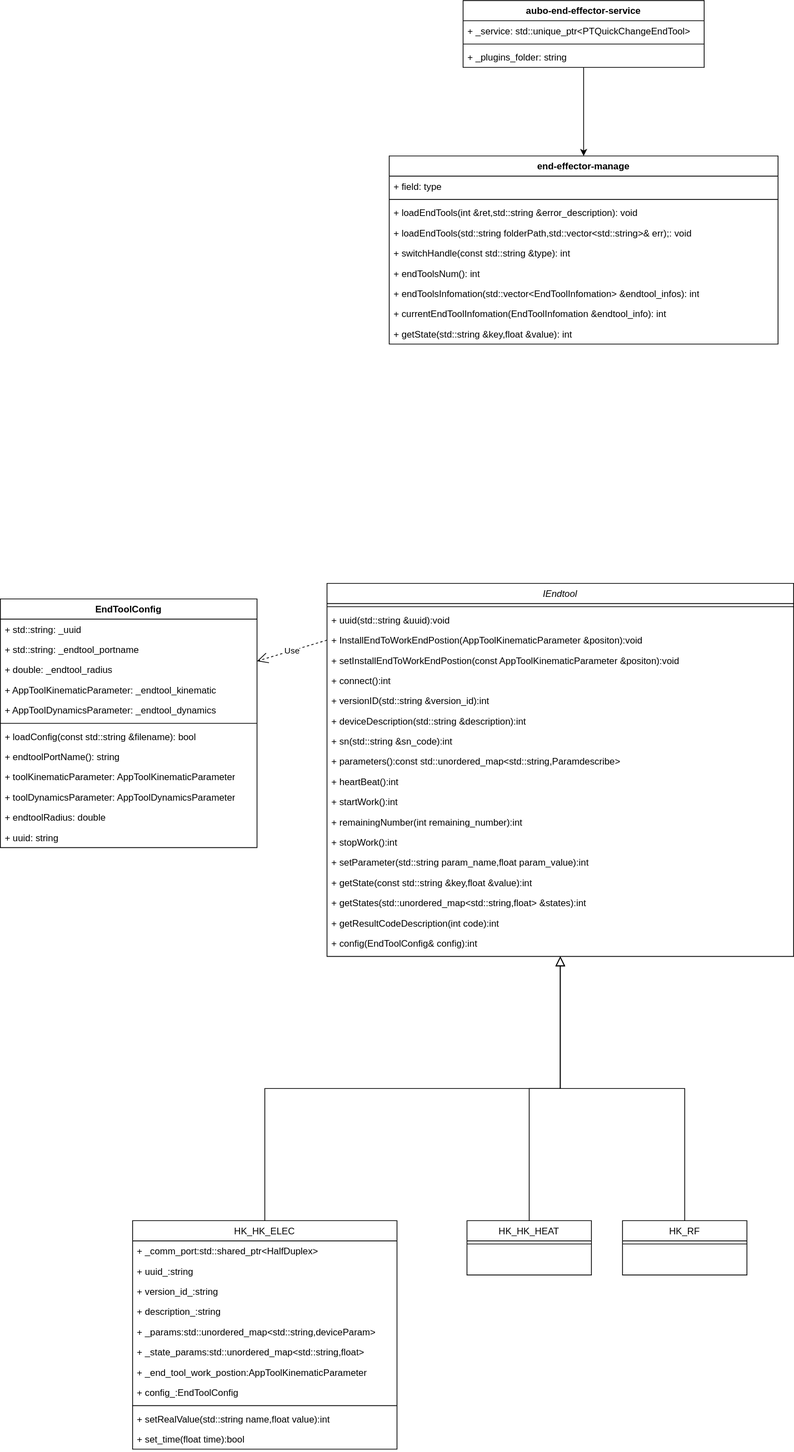
Durpe/Drawio keeps this draw.io diagram as 理疗/理疗末端rpc服务.svg. Above is the earlier version. Source tidied: cells renumbered, new cells last; positions are measured from the earlier drawing's top-left corner, leaving out a move shared by most shapes.
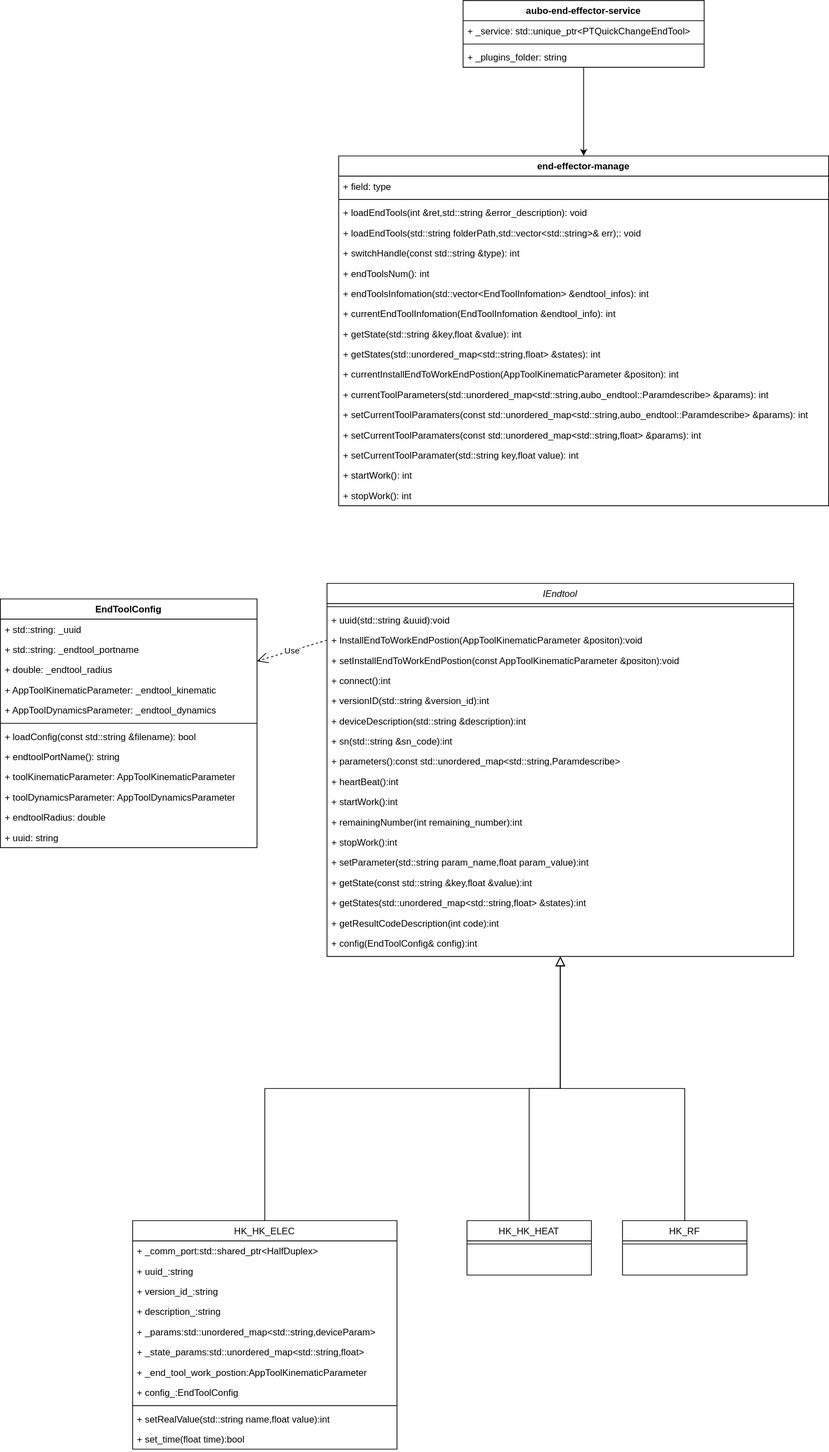
The same diagram one commit later.

Commit message:
更新理疗末端rpc服务.svg

What changed in the source:
```diff
@@ -163,35 +163,59 @@
       <mxGeometry y="294" width="330" height="26" as="geometry" />
     </mxCell>
     <mxCell id="54" value="end-effector-manage" style="swimlane;fontStyle=1;align=center;verticalAlign=top;horizontal=1;startSize=26;whiteSpace=wrap;html=1;" parent="1" vertex="1">
-      <mxGeometry x="500" y="200" width="500" height="242" as="geometry" />
+      <mxGeometry x="435" y="200" width="630" height="450" as="geometry" />
     </mxCell>
     <mxCell id="55" value="+ field: type" style="text;strokeColor=none;fillColor=none;align=left;verticalAlign=top;spacingLeft=4;spacingRight=4;overflow=hidden;whiteSpace=wrap;html=1;" parent="54" vertex="1">
-      <mxGeometry y="26" width="500" height="26" as="geometry" />
+      <mxGeometry y="26" width="630" height="26" as="geometry" />
     </mxCell>
     <mxCell id="56" style="line;strokeWidth=1;fillColor=none;align=left;verticalAlign=middle;spacingTop=-1;spacingLeft=3;spacingRight=3;labelPosition=right;strokeColor=inherit;" parent="54" vertex="1">
-      <mxGeometry y="52" width="500" height="8" as="geometry" />
+      <mxGeometry y="52" width="630" height="8" as="geometry" />
     </mxCell>
     <mxCell id="57" value="+ loadEndTools(int &amp;amp;ret,std::string &amp;amp;error_description): void" style="text;strokeColor=none;fillColor=none;align=left;verticalAlign=top;spacingLeft=4;spacingRight=4;overflow=hidden;whiteSpace=wrap;html=1;" parent="54" vertex="1">
-      <mxGeometry y="60" width="500" height="26" as="geometry" />
+      <mxGeometry y="60" width="630" height="26" as="geometry" />
     </mxCell>
     <mxCell id="58" value="+ loadEndTools(std::string folderPath,std::vector&amp;lt;std::string&amp;gt;&amp;amp; err);: void" style="text;strokeColor=none;fillColor=none;align=left;verticalAlign=top;spacingLeft=4;spacingRight=4;overflow=hidden;whiteSpace=wrap;html=1;" parent="54" vertex="1">
-      <mxGeometry y="86" width="500" height="26" as="geometry" />
+      <mxGeometry y="86" width="630" height="26" as="geometry" />
     </mxCell>
     <mxCell id="59" value="+ switchHandle(const std::string &amp;amp;type): int" style="text;strokeColor=none;fillColor=none;align=left;verticalAlign=top;spacingLeft=4;spacingRight=4;overflow=hidden;whiteSpace=wrap;html=1;" parent="54" vertex="1">
-      <mxGeometry y="112" width="500" height="26" as="geometry" />
+      <mxGeometry y="112" width="630" height="26" as="geometry" />
     </mxCell>
     <mxCell id="60" value="+ endToolsNum(): int" style="text;strokeColor=none;fillColor=none;align=left;verticalAlign=top;spacingLeft=4;spacingRight=4;overflow=hidden;whiteSpace=wrap;html=1;" parent="54" vertex="1">
-      <mxGeometry y="138" width="500" height="26" as="geometry" />
+      <mxGeometry y="138" width="630" height="26" as="geometry" />
     </mxCell>
     <mxCell id="61" value="+ endToolsInfomation(std::vector&amp;lt;EndToolInfomation&amp;gt; &amp;amp;endtool_infos): int" style="text;strokeColor=none;fillColor=none;align=left;verticalAlign=top;spacingLeft=4;spacingRight=4;overflow=hidden;whiteSpace=wrap;html=1;" parent="54" vertex="1">
-      <mxGeometry y="164" width="500" height="26" as="geometry" />
+      <mxGeometry y="164" width="630" height="26" as="geometry" />
     </mxCell>
     <mxCell id="62" value="+ currentEndToolInfomation(EndToolInfomation &amp;amp;endtool_info): int" style="text;strokeColor=none;fillColor=none;align=left;verticalAlign=top;spacingLeft=4;spacingRight=4;overflow=hidden;whiteSpace=wrap;html=1;" parent="54" vertex="1">
-      <mxGeometry y="190" width="500" height="26" as="geometry" />
+      <mxGeometry y="190" width="630" height="26" as="geometry" />
     </mxCell>
     <mxCell id="63" value="+ getState(std::string &amp;amp;key,float &amp;amp;value): int" style="text;strokeColor=none;fillColor=none;align=left;verticalAlign=top;spacingLeft=4;spacingRight=4;overflow=hidden;whiteSpace=wrap;html=1;" parent="54" vertex="1">
-      <mxGeometry y="216" width="500" height="26" as="geometry" />
+      <mxGeometry y="216" width="630" height="26" as="geometry" />
     </mxCell>
+    <mxCell id="69" value="+ getStates(std::unordered_map&amp;lt;std::string,float&amp;gt; &amp;amp;states): int" style="text;strokeColor=none;fillColor=none;align=left;verticalAlign=top;spacingLeft=4;spacingRight=4;overflow=hidden;whiteSpace=wrap;html=1;" parent="54" vertex="1">
+      <mxGeometry y="242" width="630" height="26" as="geometry" />
+    </mxCell>
+    <mxCell id="70" value="+ currentInstallEndToWorkEndPostion(AppToolKinematicParameter &amp;amp;positon): int" style="text;strokeColor=none;fillColor=none;align=left;verticalAlign=top;spacingLeft=4;spacingRight=4;overflow=hidden;whiteSpace=wrap;html=1;" parent="54" vertex="1">
+      <mxGeometry y="268" width="630" height="26" as="geometry" />
+    </mxCell>
+    <mxCell id="71" value="+ currentToolParameters(std::unordered_map&amp;lt;std::string,aubo_endtool::Paramdescribe&amp;gt; &amp;amp;params): int" style="text;strokeColor=none;fillColor=none;align=left;verticalAlign=top;spacingLeft=4;spacingRight=4;overflow=hidden;whiteSpace=wrap;html=1;" parent="54" vertex="1">
+      <mxGeometry y="294" width="630" height="26" as="geometry" />
+    </mxCell>
+    <mxCell id="72" value="+ setCurrentToolParamaters(const std::unordered_map&amp;lt;std::string,aubo_endtool::Paramdescribe&amp;gt; &amp;amp;params): int" style="text;strokeColor=none;fillColor=none;align=left;verticalAlign=top;spacingLeft=4;spacingRight=4;overflow=hidden;whiteSpace=wrap;html=1;" parent="54" vertex="1">
+      <mxGeometry y="320" width="630" height="26" as="geometry" />
+    </mxCell>
+    <mxCell id="73" value="+ setCurrentToolParamaters(const std::unordered_map&amp;lt;std::string,float&amp;gt; &amp;amp;params): int" style="text;strokeColor=none;fillColor=none;align=left;verticalAlign=top;spacingLeft=4;spacingRight=4;overflow=hidden;whiteSpace=wrap;html=1;" parent="54" vertex="1">
+      <mxGeometry y="346" width="630" height="26" as="geometry" />
+    </mxCell>
+    <mxCell id="74" value="+ setCurrentToolParamater(std::string key,float value): int" style="text;strokeColor=none;fillColor=none;align=left;verticalAlign=top;spacingLeft=4;spacingRight=4;overflow=hidden;whiteSpace=wrap;html=1;" parent="54" vertex="1">
+      <mxGeometry y="372" width="630" height="26" as="geometry" />
+    </mxCell>
+    <mxCell id="75" value="+ startWork(): int" style="text;strokeColor=none;fillColor=none;align=left;verticalAlign=top;spacingLeft=4;spacingRight=4;overflow=hidden;whiteSpace=wrap;html=1;" parent="54" vertex="1">
+      <mxGeometry y="398" width="630" height="26" as="geometry" />
+    </mxCell>
+    <mxCell id="76" value="+ stopWork(): int" style="text;strokeColor=none;fillColor=none;align=left;verticalAlign=top;spacingLeft=4;spacingRight=4;overflow=hidden;whiteSpace=wrap;html=1;" parent="54" vertex="1">
+      <mxGeometry y="424" width="630" height="26" as="geometry" />
+    </mxCell>
     <mxCell id="64" style="edgeStyle=orthogonalEdgeStyle;rounded=0;jettySize=auto;html=1;entryX=0.5;entryY=0;entryDx=0;entryDy=0;" parent="1" edge="1" source="65" target="54">
       <mxGeometry relative="1" as="geometry" />
     </mxCell>
```
